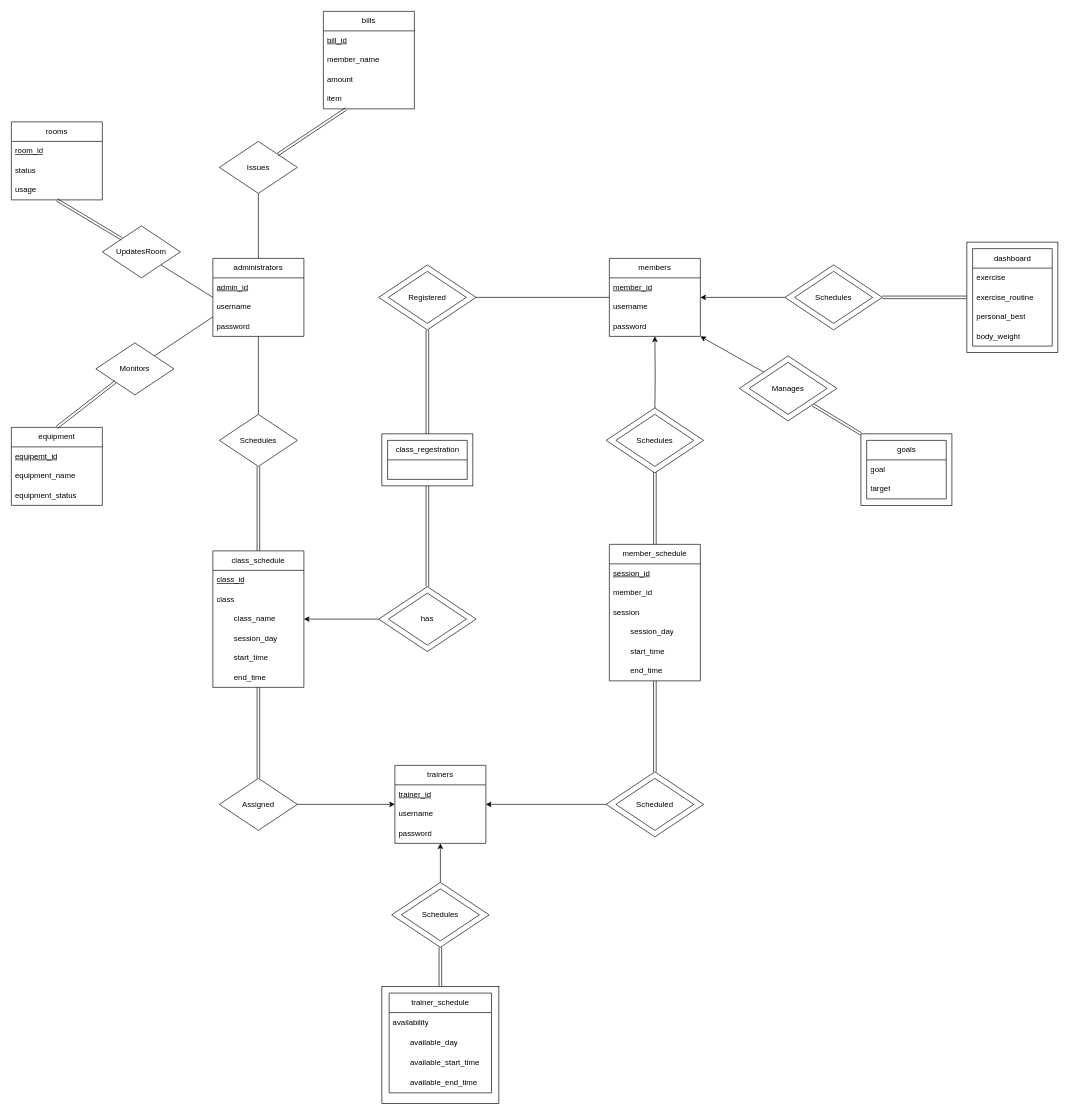
Before: ER Model.drawio in Yasir-Sh/FitnessApp, a draw.io diagram. Source tidied: cells renumbered, new cells numbered last; positions are measured from the earlier drawing's top-left corner, leaving out a move shared by most shapes. Both pictures are drawn from the tidied source at 65%, with x=0, y=0 at pixel (11, 11).
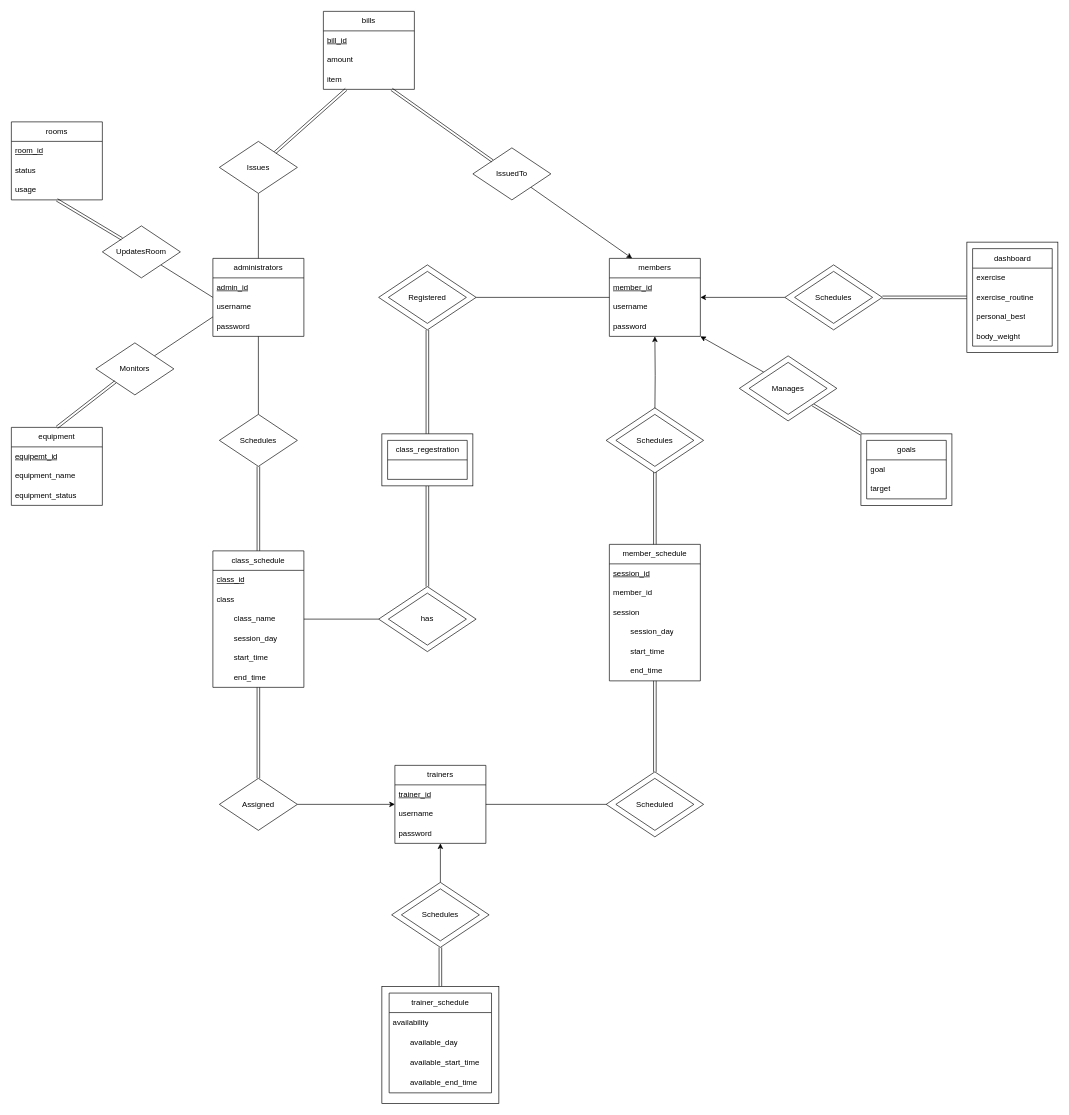
The same page after the edit.

Unchanged cells that the change refers to:
```xml
<mxCell id="2" value="members" style="swimlane;fontStyle=0;horizontal=1;startSize=30;whiteSpace=wrap;html=1;" parent="1" vertex="1">
  <mxGeometry x="920" y="380" width="140" height="120" as="geometry" />
</mxCell>
<mxCell id="6" value="trainers" style="swimlane;fontStyle=0;horizontal=1;startSize=30;whiteSpace=wrap;html=1;" parent="1" vertex="1">
  <mxGeometry x="590" y="1160" width="140" height="120" as="geometry" />
</mxCell>
<mxCell id="22" value="class_schedule" style="swimlane;fontStyle=0;horizontal=1;startSize=30;whiteSpace=wrap;html=1;" parent="1" vertex="1">
  <mxGeometry x="310" y="830" width="140" height="210" as="geometry" />
</mxCell>
<mxCell id="77" style="rhombus;whiteSpace=wrap;html=1;" parent="76" vertex="1">
  <mxGeometry width="150" height="100" as="geometry" />
</mxCell>
<mxCell id="85" style="rhombus;whiteSpace=wrap;html=1;" parent="84" vertex="1">
  <mxGeometry width="150" height="100" as="geometry" />
</mxCell>
```

What changed in the source:
```diff
@@
     <mxCell id="38" value="bills" style="swimlane;fontStyle=0;horizontal=1;startSize=30;whiteSpace=wrap;html=1;" parent="1" vertex="1">
-      <mxGeometry x="480" width="140" height="150" as="geometry" />
+      <mxGeometry x="480" width="140" height="120" as="geometry" />
     </mxCell>
@@
-    <mxCell id="40" value="member_name" style="text;strokeColor=none;fillColor=none;align=left;verticalAlign=middle;spacingLeft=4;spacingRight=4;overflow=hidden;whiteSpace=wrap;html=1;" parent="38" vertex="1">
-      <mxGeometry y="60" width="140" height="30" as="geometry" />
-    </mxCell>
     <mxCell id="41" value="amount" style="text;strokeColor=none;fillColor=none;align=left;verticalAlign=middle;spacingLeft=4;spacingRight=4;overflow=hidden;whiteSpace=wrap;html=1;" parent="38" vertex="1">
-      <mxGeometry y="90" width="140" height="30" as="geometry" />
+      <mxGeometry y="60" width="140" height="30" as="geometry" />
     </mxCell>
     <mxCell id="42" value="item" style="text;strokeColor=none;fillColor=none;align=left;verticalAlign=middle;spacingLeft=4;spacingRight=4;overflow=hidden;whiteSpace=wrap;html=1;" parent="38" vertex="1">
-      <mxGeometry y="120" width="140" height="30" as="geometry" />
+      <mxGeometry y="90" width="140" height="30" as="geometry" />
     </mxCell>
@@
-    <mxCell id="80" style="edgeStyle=orthogonalEdgeStyle;rounded=0;jettySize=auto;html=1;exitX=0;exitY=0.5;exitDx=0;exitDy=0;entryX=1;entryY=0.5;entryDx=0;entryDy=0;" parent="1" edge="1" source="77" target="22">
+    <mxCell id="80" style="edgeStyle=orthogonalEdgeStyle;rounded=0;jettySize=auto;html=1;exitX=0;exitY=0.5;exitDx=0;exitDy=0;entryX=1;entryY=0.5;entryDx=0;entryDy=0;endArrow=none;endFill=0;" parent="1" edge="1" source="77" target="22">
       <mxGeometry relative="1" as="geometry" />
     </mxCell>
@@
-    <mxCell id="87" style="rounded=0;jettySize=auto;html=1;entryX=1;entryY=0.5;entryDx=0;entryDy=0;exitX=0;exitY=0.5;exitDx=0;exitDy=0;endArrow=classic;endFill=1;" parent="1" edge="1" source="85" target="6">
+    <mxCell id="87" style="rounded=0;jettySize=auto;html=1;entryX=1;entryY=0.5;entryDx=0;entryDy=0;exitX=0;exitY=0.5;exitDx=0;exitDy=0;endArrow=none;endFill=0;" parent="1" edge="1" source="85" target="6">
       <mxGeometry relative="1" as="geometry" />
     </mxCell>
@@
+    <mxCell id="112" style="rounded=0;jettySize=auto;html=1;entryX=0.25;entryY=0;entryDx=0;entryDy=0;" parent="1" edge="1" source="113" target="2">
+      <mxGeometry relative="1" as="geometry" />
+    </mxCell>
+    <mxCell id="113" value="IssuedTo" style="rhombus;whiteSpace=wrap;html=1;" parent="1" vertex="1">
+      <mxGeometry x="710" y="210" width="120" height="80" as="geometry" />
+    </mxCell>
+    <mxCell id="114" style="shape=link;html=1;rounded=0;exitX=0.75;exitY=1;exitDx=0;exitDy=0;entryX=0;entryY=0;entryDx=0;entryDy=0;" parent="1" edge="1" source="38" target="113">
+      <mxGeometry relative="1" as="geometry" />
+    </mxCell>
```
